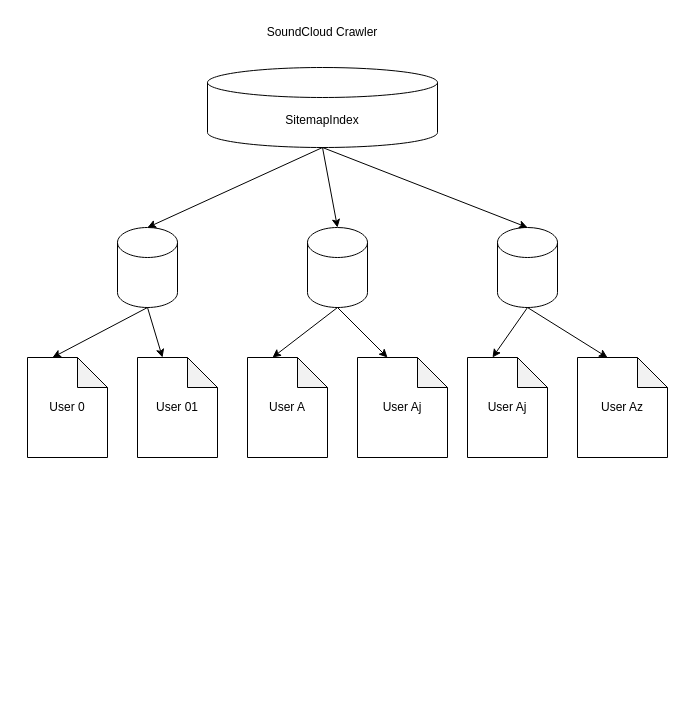
EricOrrDev/Diagrams keeps this draw.io diagram as page "Page-2" (2 of 2) of SoundCloudScraper.drawio. Above is the earlier version. Source tidied: cells renumbered, new cells numbered last; positions are measured from the earlier drawing's top-left corner, leaving out a move shared by most shapes. Both pictures are drawn from the tidied source at 100%, with x=0, y=0 at pixel (27, 17).
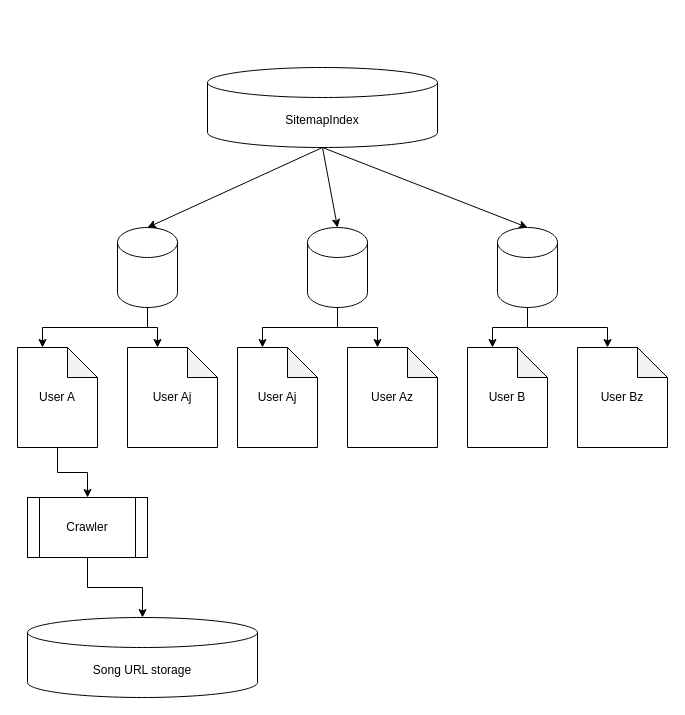
The same page after the edit.

Unchanged cells that the change refers to:
```xml
<mxCell id="4" style="shape=cylinder3;whiteSpace=wrap;html=1;boundedLbl=1;backgroundOutline=1;size=15;" parent="1" vertex="1">
  <mxGeometry x="470" y="210" width="60" height="80" as="geometry" />
</mxCell>
<mxCell id="5" style="shape=cylinder3;whiteSpace=wrap;html=1;boundedLbl=1;backgroundOutline=1;size=15;" parent="1" vertex="1">
  <mxGeometry x="280" y="210" width="60" height="80" as="geometry" />
</mxCell>
<mxCell id="6" style="shape=cylinder3;whiteSpace=wrap;html=1;boundedLbl=1;backgroundOutline=1;size=15;" parent="1" vertex="1">
  <mxGeometry x="90" y="210" width="60" height="80" as="geometry" />
</mxCell>
```

Change to the diagram source:
```diff
@@
-    <mxCell id="2" value="SoundCloud Crawler" style="text;html=1;align=center;verticalAlign=middle;whiteSpace=wrap;rounded=0;" parent="1" vertex="1">
-      <mxGeometry x="205" width="180" height="30" as="geometry" />
-    </mxCell>
@@
-    <mxCell id="10" value="User 01" style="shape=note;whiteSpace=wrap;html=1;backgroundOutline=1;darkOpacity=0.05;" parent="1" vertex="1">
-      <mxGeometry x="110" y="340" width="80" height="100" as="geometry" />
-    </mxCell>
-    <mxCell id="11" value="User 0" style="shape=note;whiteSpace=wrap;html=1;backgroundOutline=1;darkOpacity=0.05;" parent="1" vertex="1">
-      <mxGeometry y="340" width="80" height="100" as="geometry" />
-    </mxCell>
-    <mxCell id="12" style="endArrow=classic;html=1;rounded=0;exitX=0.5;exitY=1;exitDx=0;exitDy=0;exitPerimeter=0;entryX=0;entryY=0;entryDx=25;entryDy=0;entryPerimeter=0;" parent="1" edge="1" source="6" target="11">
-      <mxGeometry relative="1" as="geometry" />
-    </mxCell>
-    <mxCell id="13" style="endArrow=classic;html=1;rounded=0;exitX=0.5;exitY=1;exitDx=0;exitDy=0;exitPerimeter=0;entryX=0;entryY=0;entryDx=25;entryDy=0;entryPerimeter=0;" parent="1" edge="1" source="6" target="10">
-      <mxGeometry relative="1" as="geometry" />
-    </mxCell>
     <mxCell id="14" value="User Aj" style="shape=note;whiteSpace=wrap;html=1;backgroundOutline=1;darkOpacity=0.05;" parent="1" vertex="1">
-      <mxGeometry x="330" y="340" width="90" height="100" as="geometry" />
+      <mxGeometry x="100" y="330" width="90" height="100" as="geometry" />
     </mxCell>
+    <mxCell id="22" style="edgeStyle=orthogonalEdgeStyle;rounded=0;jettySize=auto;html=1;exitX=0.5;exitY=1;exitDx=0;exitDy=0;exitPerimeter=0;entryX=0.5;entryY=0;entryDx=0;entryDy=0;" parent="1" edge="1" source="15" target="31">
+      <mxGeometry relative="1" as="geometry" />
+    </mxCell>
     <mxCell id="15" value="User A" style="shape=note;whiteSpace=wrap;html=1;backgroundOutline=1;darkOpacity=0.05;" parent="1" vertex="1">
-      <mxGeometry x="220" y="340" width="80" height="100" as="geometry" />
+      <mxGeometry x="-10" y="330" width="80" height="100" as="geometry" />
     </mxCell>
-    <mxCell id="16" style="endArrow=classic;html=1;rounded=0;exitX=0.5;exitY=1;exitDx=0;exitDy=0;exitPerimeter=0;entryX=0;entryY=0;entryDx=25;entryDy=0;entryPerimeter=0;" parent="1" edge="1" source="5" target="15">
-      <mxGeometry relative="1" as="geometry" />
-    </mxCell>
-    <mxCell id="17" style="endArrow=classic;html=1;rounded=0;exitX=0.5;exitY=1;exitDx=0;exitDy=0;exitPerimeter=0;entryX=0;entryY=0;entryDx=30;entryDy=0;entryPerimeter=0;" parent="1" edge="1" source="5" target="14">
-      <mxGeometry relative="1" as="geometry" />
-    </mxCell>
     <mxCell id="18" value="User Az" style="shape=note;whiteSpace=wrap;html=1;backgroundOutline=1;darkOpacity=0.05;" parent="1" vertex="1">
-      <mxGeometry x="550" y="340" width="90" height="100" as="geometry" />
+      <mxGeometry x="320" y="330" width="90" height="100" as="geometry" />
     </mxCell>
     <mxCell id="19" value="User Aj" style="shape=note;whiteSpace=wrap;html=1;backgroundOutline=1;darkOpacity=0.05;" parent="1" vertex="1">
-      <mxGeometry x="440" y="340" width="80" height="100" as="geometry" />
+      <mxGeometry x="210" y="330" width="80" height="100" as="geometry" />
     </mxCell>
-    <mxCell id="20" style="endArrow=classic;html=1;rounded=0;exitX=0.5;exitY=1;exitDx=0;exitDy=0;exitPerimeter=0;entryX=0;entryY=0;entryDx=25;entryDy=0;entryPerimeter=0;" parent="1" edge="1" source="4" target="19">
-      <mxGeometry relative="1" as="geometry" />
-    </mxCell>
-    <mxCell id="21" style="endArrow=classic;html=1;rounded=0;exitX=0.5;exitY=1;exitDx=0;exitDy=0;exitPerimeter=0;entryX=0;entryY=0;entryDx=30;entryDy=0;entryPerimeter=0;" parent="1" edge="1" source="4" target="18">
-      <mxGeometry relative="1" as="geometry" />
-    </mxCell>
+    <mxCell id="23" value="User Bz" style="shape=note;whiteSpace=wrap;html=1;backgroundOutline=1;darkOpacity=0.05;" parent="1" vertex="1">
+      <mxGeometry x="550" y="330" width="90" height="100" as="geometry" />
+    </mxCell>
+    <mxCell id="24" value="User B" style="shape=note;whiteSpace=wrap;html=1;backgroundOutline=1;darkOpacity=0.05;" parent="1" vertex="1">
+      <mxGeometry x="440" y="330" width="80" height="100" as="geometry" />
+    </mxCell>
+    <mxCell id="25" style="edgeStyle=orthogonalEdgeStyle;rounded=0;jettySize=auto;html=1;exitX=0.5;exitY=1;exitDx=0;exitDy=0;exitPerimeter=0;entryX=0;entryY=0;entryDx=25;entryDy=0;entryPerimeter=0;" parent="1" edge="1" source="6" target="15">
+      <mxGeometry relative="1" as="geometry" />
+    </mxCell>
+    <mxCell id="26" style="edgeStyle=orthogonalEdgeStyle;rounded=0;jettySize=auto;html=1;exitX=0.5;exitY=1;exitDx=0;exitDy=0;exitPerimeter=0;entryX=0;entryY=0;entryDx=30;entryDy=0;entryPerimeter=0;" parent="1" edge="1" source="6" target="14">
+      <mxGeometry relative="1" as="geometry" />
+    </mxCell>
+    <mxCell id="27" style="edgeStyle=orthogonalEdgeStyle;rounded=0;jettySize=auto;html=1;exitX=0.5;exitY=1;exitDx=0;exitDy=0;exitPerimeter=0;entryX=0;entryY=0;entryDx=25;entryDy=0;entryPerimeter=0;" parent="1" edge="1" source="5" target="19">
+      <mxGeometry relative="1" as="geometry" />
+    </mxCell>
+    <mxCell id="28" style="edgeStyle=orthogonalEdgeStyle;rounded=0;jettySize=auto;html=1;exitX=0.5;exitY=1;exitDx=0;exitDy=0;exitPerimeter=0;entryX=0;entryY=0;entryDx=30;entryDy=0;entryPerimeter=0;" parent="1" edge="1" source="5" target="18">
+      <mxGeometry relative="1" as="geometry" />
+    </mxCell>
+    <mxCell id="29" style="edgeStyle=orthogonalEdgeStyle;rounded=0;jettySize=auto;html=1;exitX=0.5;exitY=1;exitDx=0;exitDy=0;exitPerimeter=0;entryX=0;entryY=0;entryDx=25;entryDy=0;entryPerimeter=0;" parent="1" edge="1" source="4" target="24">
+      <mxGeometry relative="1" as="geometry" />
+    </mxCell>
+    <mxCell id="30" style="edgeStyle=orthogonalEdgeStyle;rounded=0;jettySize=auto;html=1;exitX=0.5;exitY=1;exitDx=0;exitDy=0;exitPerimeter=0;entryX=0;entryY=0;entryDx=30;entryDy=0;entryPerimeter=0;" parent="1" edge="1" source="4" target="23">
+      <mxGeometry relative="1" as="geometry" />
+    </mxCell>
+    <mxCell id="31" value="&lt;div&gt;Crawler&lt;/div&gt;" style="shape=process;whiteSpace=wrap;html=1;backgroundOutline=1;" parent="1" vertex="1">
+      <mxGeometry y="480" width="120" height="60" as="geometry" />
+    </mxCell>
+    <mxCell id="32" value="Song URL storage" style="shape=cylinder3;whiteSpace=wrap;html=1;boundedLbl=1;backgroundOutline=1;size=15;" parent="1" vertex="1">
+      <mxGeometry y="600" width="230" height="80" as="geometry" />
+    </mxCell>
+    <mxCell id="33" style="edgeStyle=orthogonalEdgeStyle;rounded=0;jettySize=auto;html=1;exitX=0.5;exitY=1;exitDx=0;exitDy=0;entryX=0.5;entryY=0;entryDx=0;entryDy=0;entryPerimeter=0;" parent="1" edge="1" source="31" target="32">
+      <mxGeometry relative="1" as="geometry" />
+    </mxCell>
```
